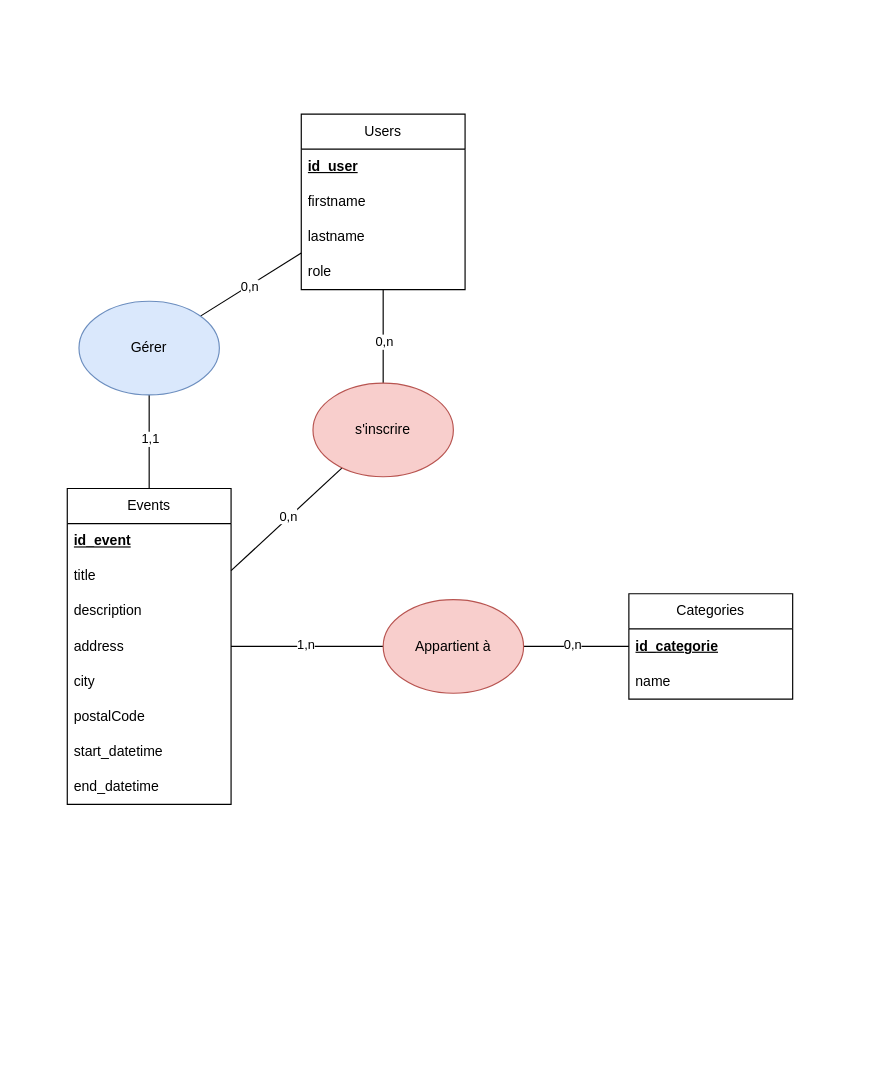
Above: Merise/MCD_Projet_Fil_Rouge.drawio in Mzk-Ali/M2I_Projet_Fil_Rouge_Conception (draw.io), before the change. Source tidied: cells renumbered, new cells numbered last; positions are measured from the earlier drawing's top-left corner, leaving out a move shared by most shapes. Both pictures are drawn from the tidied source at 117%, with x=0, y=0 at pixel (67, 113).
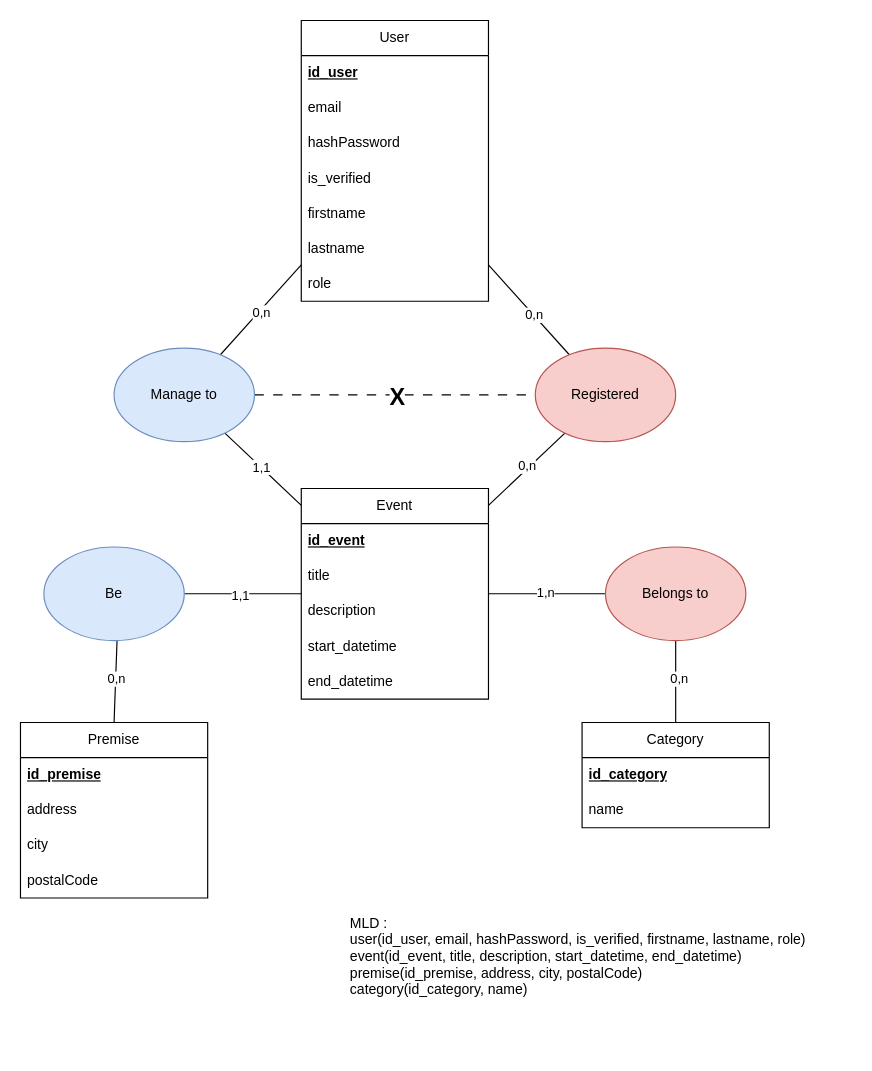
The same page after the edit.

Commit message (it also covers changes not shown here):
Mettre à jour MCD_Projet_Fil_Rouge.drawio

Change to the diagram source:
```diff
@@
-    <mxCell id="2" value="Users" style="swimlane;fontStyle=0;horizontal=1;startSize=30;whiteSpace=wrap;html=1;" parent="1" vertex="1">
-      <mxGeometry x="200" width="140" height="150" as="geometry" />
+    <mxCell id="2" value="User" style="swimlane;fontStyle=0;horizontal=1;startSize=30;whiteSpace=wrap;html=1;" parent="1" vertex="1">
+      <mxGeometry x="200" y="-80" width="160" height="240" as="geometry" />
     </mxCell>
     <mxCell id="3" value="&lt;b&gt;&lt;u&gt;id_user&lt;/u&gt;&lt;/b&gt;" style="text;strokeColor=none;fillColor=none;align=left;verticalAlign=middle;spacingLeft=4;spacingRight=4;overflow=hidden;whiteSpace=wrap;html=1;" parent="2" vertex="1">
-      <mxGeometry y="30" width="140" height="30" as="geometry" />
+      <mxGeometry y="30" width="160" height="30" as="geometry" />
     </mxCell>
+    <mxCell id="34" value="email" style="text;strokeColor=none;fillColor=none;align=left;verticalAlign=middle;spacingLeft=4;spacingRight=4;overflow=hidden;whiteSpace=wrap;html=1;" parent="2" vertex="1">
+      <mxGeometry y="60" width="160" height="30" as="geometry" />
+    </mxCell>
+    <mxCell id="35" value="hashPassword" style="text;strokeColor=none;fillColor=none;align=left;verticalAlign=middle;spacingLeft=4;spacingRight=4;overflow=hidden;whiteSpace=wrap;html=1;" parent="2" vertex="1">
+      <mxGeometry y="90" width="160" height="30" as="geometry" />
+    </mxCell>
+    <mxCell id="36" value="is_verified" style="text;strokeColor=none;fillColor=none;align=left;verticalAlign=middle;spacingLeft=4;spacingRight=4;overflow=hidden;whiteSpace=wrap;html=1;" parent="2" vertex="1">
+      <mxGeometry y="120" width="160" height="30" as="geometry" />
+    </mxCell>
     <mxCell id="4" value="firstname" style="text;strokeColor=none;fillColor=none;align=left;verticalAlign=middle;spacingLeft=4;spacingRight=4;overflow=hidden;whiteSpace=wrap;html=1;" parent="2" vertex="1">
-      <mxGeometry y="60" width="140" height="30" as="geometry" />
+      <mxGeometry y="150" width="160" height="30" as="geometry" />
     </mxCell>
     <mxCell id="5" value="lastname" style="text;strokeColor=none;fillColor=none;align=left;verticalAlign=middle;spacingLeft=4;spacingRight=4;overflow=hidden;whiteSpace=wrap;html=1;" parent="2" vertex="1">
-      <mxGeometry y="90" width="140" height="30" as="geometry" />
+      <mxGeometry y="180" width="160" height="30" as="geometry" />
     </mxCell>
     <mxCell id="6" value="role" style="text;strokeColor=none;fillColor=none;align=left;verticalAlign=middle;spacingLeft=4;spacingRight=4;overflow=hidden;whiteSpace=wrap;html=1;" parent="2" vertex="1">
-      <mxGeometry y="120" width="140" height="30" as="geometry" />
+      <mxGeometry y="210" width="160" height="30" as="geometry" />
     </mxCell>
+    <mxCell id="37" style="rounded=0;jettySize=auto;html=1;endArrow=none;endFill=0;" parent="1" edge="1" source="7" target="45">
+      <mxGeometry relative="1" as="geometry" />
+    </mxCell>
+    <mxCell id="38" value="1,1" style="edgeLabel;html=1;align=center;verticalAlign=middle;" parent="37" vertex="1">
+      <mxGeometry x="0.05" y="1" relative="1" as="geometry" />
+    </mxCell>
-    <mxCell id="7" value="Events" style="swimlane;fontStyle=0;horizontal=1;startSize=30;whiteSpace=wrap;html=1;" parent="1" vertex="1">
-      <mxGeometry y="320" width="140" height="270" as="geometry" />
+    <mxCell id="7" value="Event" style="swimlane;fontStyle=0;horizontal=1;startSize=30;whiteSpace=wrap;html=1;" parent="1" vertex="1">
+      <mxGeometry x="200" y="320" width="160" height="180" as="geometry" />
     </mxCell>
     <mxCell id="8" value="&lt;b&gt;&lt;u&gt;id_event&lt;/u&gt;&lt;/b&gt;" style="text;strokeColor=none;fillColor=none;align=left;verticalAlign=middle;spacingLeft=4;spacingRight=4;overflow=hidden;whiteSpace=wrap;html=1;" parent="7" vertex="1">
-      <mxGeometry y="30" width="140" height="30" as="geometry" />
+      <mxGeometry y="30" width="160" height="30" as="geometry" />
     </mxCell>
     <mxCell id="9" value="title" style="text;strokeColor=none;fillColor=none;align=left;verticalAlign=middle;spacingLeft=4;spacingRight=4;overflow=hidden;whiteSpace=wrap;html=1;" parent="7" vertex="1">
-      <mxGeometry y="60" width="140" height="30" as="geometry" />
+      <mxGeometry y="60" width="160" height="30" as="geometry" />
     </mxCell>
     <mxCell id="10" value="description" style="text;strokeColor=none;fillColor=none;align=left;verticalAlign=middle;spacingLeft=4;spacingRight=4;overflow=hidden;whiteSpace=wrap;html=1;" parent="7" vertex="1">
-      <mxGeometry y="90" width="140" height="30" as="geometry" />
+      <mxGeometry y="90" width="160" height="30" as="geometry" />
     </mxCell>
-    <mxCell id="11" value="address" style="text;strokeColor=none;fillColor=none;align=left;verticalAlign=middle;spacingLeft=4;spacingRight=4;overflow=hidden;whiteSpace=wrap;html=1;" parent="7" vertex="1">
-      <mxGeometry y="120" width="140" height="30" as="geometry" />
-    </mxCell>
-    <mxCell id="12" value="city" style="text;strokeColor=none;fillColor=none;align=left;verticalAlign=middle;spacingLeft=4;spacingRight=4;overflow=hidden;whiteSpace=wrap;html=1;" parent="7" vertex="1">
-      <mxGeometry y="150" width="140" height="30" as="geometry" />
-    </mxCell>
-    <mxCell id="13" value="postalCode" style="text;strokeColor=none;fillColor=none;align=left;verticalAlign=middle;spacingLeft=4;spacingRight=4;overflow=hidden;whiteSpace=wrap;html=1;" parent="7" vertex="1">
-      <mxGeometry y="180" width="140" height="30" as="geometry" />
-    </mxCell>
     <mxCell id="14" value="start_datetime" style="text;strokeColor=none;fillColor=none;align=left;verticalAlign=middle;spacingLeft=4;spacingRight=4;overflow=hidden;whiteSpace=wrap;html=1;" parent="7" vertex="1">
-      <mxGeometry y="210" width="140" height="30" as="geometry" />
+      <mxGeometry y="120" width="160" height="30" as="geometry" />
     </mxCell>
     <mxCell id="15" value="end_datetime" style="text;strokeColor=none;fillColor=none;align=left;verticalAlign=middle;spacingLeft=4;spacingRight=4;overflow=hidden;whiteSpace=wrap;html=1;" parent="7" vertex="1">
-      <mxGeometry y="240" width="140" height="30" as="geometry" />
+      <mxGeometry y="150" width="160" height="30" as="geometry" />
     </mxCell>
-    <mxCell id="16" value="Categories" style="swimlane;fontStyle=0;horizontal=1;startSize=30;whiteSpace=wrap;html=1;" parent="1" vertex="1">
-      <mxGeometry x="480" y="410" width="140" height="90" as="geometry" />
+    <mxCell id="16" value="Category" style="swimlane;fontStyle=0;horizontal=1;startSize=30;whiteSpace=wrap;html=1;" parent="1" vertex="1">
+      <mxGeometry x="440" y="520" width="160" height="90" as="geometry" />
     </mxCell>
-    <mxCell id="17" value="&lt;b&gt;&lt;u&gt;id_categorie&lt;/u&gt;&lt;/b&gt;" style="text;strokeColor=none;fillColor=none;align=left;verticalAlign=middle;spacingLeft=4;spacingRight=4;overflow=hidden;whiteSpace=wrap;html=1;" parent="16" vertex="1">
-      <mxGeometry y="30" width="140" height="30" as="geometry" />
+    <mxCell id="17" value="&lt;b&gt;&lt;u&gt;id_category&lt;/u&gt;&lt;/b&gt;" style="text;strokeColor=none;fillColor=none;align=left;verticalAlign=middle;spacingLeft=4;spacingRight=4;overflow=hidden;whiteSpace=wrap;html=1;" parent="16" vertex="1">
+      <mxGeometry y="30" width="160" height="30" as="geometry" />
     </mxCell>
     <mxCell id="18" value="name" style="text;strokeColor=none;fillColor=none;align=left;verticalAlign=middle;spacingLeft=4;spacingRight=4;overflow=hidden;whiteSpace=wrap;html=1;" parent="16" vertex="1">
-      <mxGeometry y="60" width="140" height="30" as="geometry" />
+      <mxGeometry y="60" width="160" height="30" as="geometry" />
     </mxCell>
-    <mxCell id="19" style="edgeStyle=orthogonalEdgeStyle;rounded=0;jettySize=auto;html=1;endArrow=none;endFill=0;" parent="1" edge="1" source="23" target="7">
+    <mxCell id="19" style="rounded=0;jettySize=auto;html=1;endArrow=none;endFill=0;" parent="1" edge="1" source="23" target="7">
       <mxGeometry relative="1" as="geometry" />
     </mxCell>
@@
+    <mxCell id="39" style="rounded=0;jettySize=auto;html=1;endArrow=none;endFill=0;dashed=1;dashPattern=8 8;" parent="1" edge="1" source="23" target="28">
+      <mxGeometry relative="1" as="geometry" />
+    </mxCell>
+    <mxCell id="40" value="&lt;b&gt;&lt;font style=&quot;font-size: 20px;&quot;&gt;X&lt;/font&gt;&lt;/b&gt;" style="edgeLabel;html=1;align=center;verticalAlign=middle;" parent="39" vertex="1">
+      <mxGeometry x="0.01" relative="1" as="geometry" />
+    </mxCell>
-    <mxCell id="23" value="Gérer" style="ellipse;whiteSpace=wrap;html=1;fillColor=#dae8fc;strokeColor=#6c8ebf;" parent="1" vertex="1">
-      <mxGeometry x="10" y="160" width="120" height="80" as="geometry" />
+    <mxCell id="23" value="Manage to" style="ellipse;whiteSpace=wrap;html=1;fillColor=#dae8fc;strokeColor=#6c8ebf;" parent="1" vertex="1">
+      <mxGeometry x="40" y="200" width="120" height="80" as="geometry" />
     </mxCell>
-    <mxCell id="24" style="edgeStyle=orthogonalEdgeStyle;rounded=0;jettySize=auto;html=1;endArrow=none;endFill=0;" parent="1" edge="1" source="28" target="2">
+    <mxCell id="24" style="rounded=0;jettySize=auto;html=1;endArrow=none;endFill=0;" parent="1" edge="1" source="28" target="2">
       <mxGeometry relative="1" as="geometry" />
     </mxCell>
@@
-    <mxCell id="28" value="s'inscrire" style="ellipse;whiteSpace=wrap;html=1;fillColor=#f8cecc;strokeColor=#b85450;" parent="1" vertex="1">
-      <mxGeometry x="210" y="230" width="120" height="80" as="geometry" />
+    <mxCell id="28" value="Registered" style="ellipse;whiteSpace=wrap;html=1;fillColor=#f8cecc;strokeColor=#b85450;" parent="1" vertex="1">
+      <mxGeometry x="400" y="200" width="120" height="80" as="geometry" />
     </mxCell>
@@
-    <mxCell id="33" value="Appartient à" style="ellipse;whiteSpace=wrap;html=1;fillColor=#f8cecc;strokeColor=#b85450;" parent="1" vertex="1">
-      <mxGeometry x="270" y="415" width="120" height="80" as="geometry" />
+    <mxCell id="33" value="Belongs to" style="ellipse;whiteSpace=wrap;html=1;fillColor=#f8cecc;strokeColor=#b85450;" parent="1" vertex="1">
+      <mxGeometry x="460" y="370" width="120" height="80" as="geometry" />
     </mxCell>
+    <mxCell id="41" value="Premise" style="swimlane;fontStyle=0;horizontal=1;startSize=30;whiteSpace=wrap;html=1;" parent="1" vertex="1">
+      <mxGeometry x="-40" y="520" width="160" height="150" as="geometry" />
+    </mxCell>
+    <mxCell id="42" value="&lt;b&gt;&lt;u&gt;id_premise&lt;/u&gt;&lt;/b&gt;" style="text;strokeColor=none;fillColor=none;align=left;verticalAlign=middle;spacingLeft=4;spacingRight=4;overflow=hidden;whiteSpace=wrap;html=1;" parent="41" vertex="1">
+      <mxGeometry y="30" width="160" height="30" as="geometry" />
+    </mxCell>
+    <mxCell id="11" value="address" style="text;strokeColor=none;fillColor=none;align=left;verticalAlign=middle;spacingLeft=4;spacingRight=4;overflow=hidden;whiteSpace=wrap;html=1;" parent="41" vertex="1">
+      <mxGeometry y="60" width="160" height="30" as="geometry" />
+    </mxCell>
+    <mxCell id="12" value="city" style="text;strokeColor=none;fillColor=none;align=left;verticalAlign=middle;spacingLeft=4;spacingRight=4;overflow=hidden;whiteSpace=wrap;html=1;" parent="41" vertex="1">
+      <mxGeometry y="90" width="160" height="30" as="geometry" />
+    </mxCell>
+    <mxCell id="13" value="postalCode" style="text;strokeColor=none;fillColor=none;align=left;verticalAlign=middle;spacingLeft=4;spacingRight=4;overflow=hidden;whiteSpace=wrap;html=1;" parent="41" vertex="1">
+      <mxGeometry y="120" width="160" height="30" as="geometry" />
+    </mxCell>
+    <mxCell id="43" style="rounded=0;jettySize=auto;html=1;endArrow=none;endFill=0;" parent="1" edge="1" source="45" target="41">
+      <mxGeometry relative="1" as="geometry" />
+    </mxCell>
+    <mxCell id="44" value="0,n" style="edgeLabel;html=1;align=center;verticalAlign=middle;" parent="43" vertex="1">
+      <mxGeometry x="-0.07" relative="1" as="geometry" />
+    </mxCell>
+    <mxCell id="45" value="Be" style="ellipse;whiteSpace=wrap;html=1;fillColor=#dae8fc;strokeColor=#6c8ebf;" parent="1" vertex="1">
+      <mxGeometry x="-20" y="370" width="120" height="80" as="geometry" />
+    </mxCell>
+    <mxCell id="46" value="MLD :&lt;div&gt;user(id_user, email, hashPassword, is_verified, firstname, lastname, role)&lt;/div&gt;&lt;div&gt;event(id_event, title, description, start_datetime, end_datetime)&lt;/div&gt;&lt;div&gt;premise(id_premise, address, city, postalCode)&lt;/div&gt;&lt;div&gt;category(id_category, name)&lt;/div&gt;" style="text;html=1;align=left;verticalAlign=middle;whiteSpace=wrap;rounded=0;" parent="1" vertex="1">
+      <mxGeometry x="240" y="640" width="430" height="160" as="geometry" />
+    </mxCell>
```
